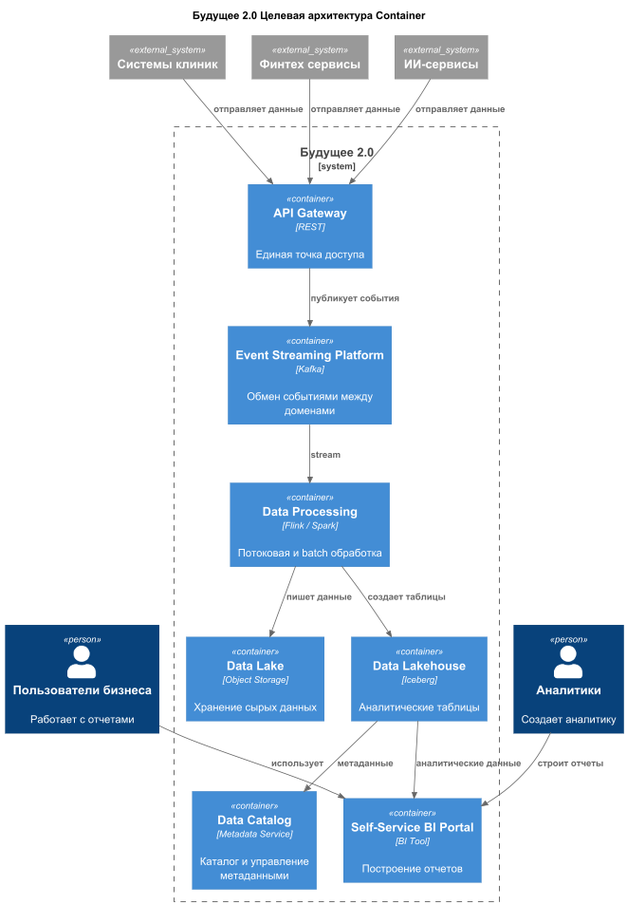
Above: Task3Advanced/schema/C4-container-_2_0___Container.png in AntonVolkov71/architecture-future_2_0 (PlantUML), before the change. Source of this version:
```plantuml
@startuml
title Будущее 2.0 Целевая архитектура Container

!include https://raw.githubusercontent.com/plantuml-stdlib/C4-PlantUML/master/C4_Container.puml

Person(business, "Пользователи бизнеса", "Работает с отчетами")
Person(analyst, "Аналитики", "Создает аналитику")

System_Ext(clinics, "Системы клиник")
System_Ext(fintech, "Финтех сервисы")
System_Ext(ai, "ИИ-сервисы")

System_Boundary(platform, "Будущее 2.0") {
    Container(api, "API Gateway", "REST", "Единая точка доступа")
    Container(events, "Event Streaming Platform", "Kafka", "Обмен событиями между доменами")
    Container(processing, "Data Processing", "Flink / Spark", "Потоковая и batch обработка")

    Container(lake, "Data Lake", "Object Storage", "Хранение сырых данных")
    Container(lakehouse, "Data Lakehouse", "Iceberg", "Аналитические таблицы")
    Container(catalog, "Data Catalog", "Metadata Service", "Каталог и управление метаданными")

    Container(bi, "Self-Service BI Portal", "BI Tool", "Построение отчетов")
}

Rel(clinics, api, "отправляет данные")
Rel(fintech, api, "отправляет данные")
Rel(ai, api, "отправляет данные")

Rel(api, events, "публикует события")

Rel(events, processing, "stream")

Rel(processing, lake, "пишет данные")
Rel(processing, lakehouse, "создает таблицы")

Rel(lakehouse, bi, "аналитические данные")

Rel(business, bi, "использует")
Rel(analyst, bi, "строит отчеты")

Rel(lakehouse, catalog, "метаданные")

@enduml
```
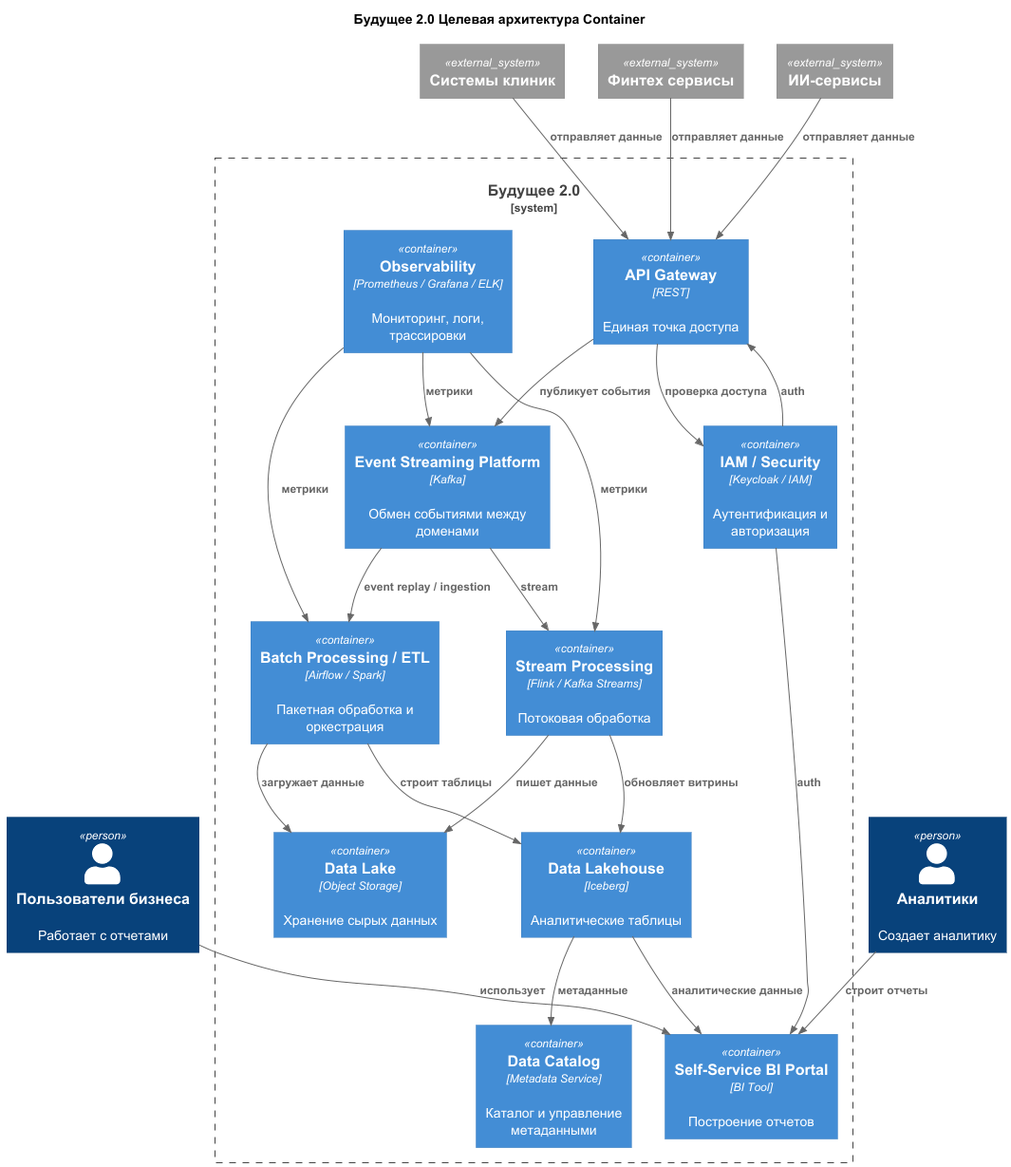
After the change.

The edit, as a diff of the source:
```diff
@@ -13,13 +13,19 @@
 System_Boundary(platform, "Будущее 2.0") {
     Container(api, "API Gateway", "REST", "Единая точка доступа")
     Container(events, "Event Streaming Platform", "Kafka", "Обмен событиями между доменами")
-    Container(processing, "Data Processing", "Flink / Spark", "Потоковая и batch обработка")
+
+    Container(stream, "Stream Processing", "Flink / Kafka Streams", "Потоковая обработка")
+    Container(batch, "Batch Processing / ETL", "Airflow / Spark", "Пакетная обработка и оркестрация")
+
 
     Container(lake, "Data Lake", "Object Storage", "Хранение сырых данных")
     Container(lakehouse, "Data Lakehouse", "Iceberg", "Аналитические таблицы")
     Container(catalog, "Data Catalog", "Metadata Service", "Каталог и управление метаданными")
 
     Container(bi, "Self-Service BI Portal", "BI Tool", "Построение отчетов")
+
+    Container(security, "IAM / Security", "Keycloak / IAM", "Аутентификация и авторизация")
+    Container(observability, "Observability", "Prometheus / Grafana / ELK", "Мониторинг, логи, трассировки")
 }
 
 Rel(clinics, api, "отправляет данные")
@@ -28,10 +34,15 @@
 
 Rel(api, events, "публикует события")
 
-Rel(events, processing, "stream")
+Rel(events, stream, "stream")
+Rel(events, batch, "event replay / ingestion")
 
-Rel(processing, lake, "пишет данные")
-Rel(processing, lakehouse, "создает таблицы")
+
+Rel(stream, lake, "пишет данные")
+Rel(stream, lakehouse, "обновляет витрины")
+
+Rel(batch, lake, "загружает данные")
+Rel(batch, lakehouse, "строит таблицы")
 
 Rel(lakehouse, bi, "аналитические данные")
 
@@ -40,4 +51,12 @@
 
 Rel(lakehouse, catalog, "метаданные")
 
+
+Rel(security, api, "auth")
+Rel(security, bi, "auth")
+Rel(api, security, "проверка доступа")
+
+Rel(observability, stream, "метрики")
+Rel(observability, batch, "метрики")
+Rel(observability, events, "метрики")
 @enduml
```
